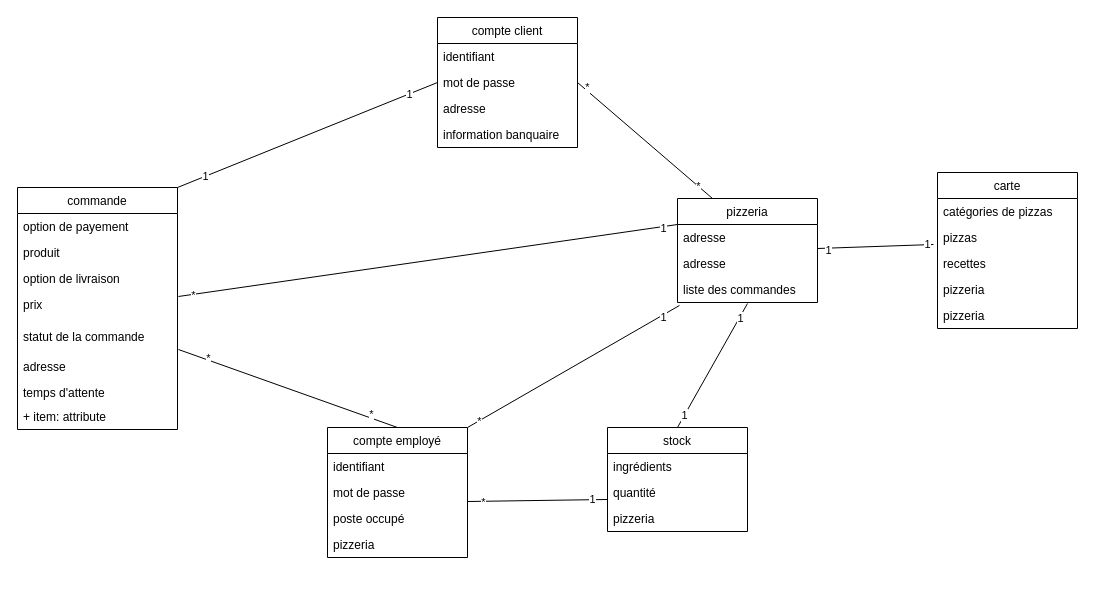
robindauteuil/Diagramme_UML keeps this draw.io diagram as page "diagramme de classe" (8 of 13) of diagrammes réunis.drawio. Above is the earlier version. Source tidied: cells renumbered, new cells numbered last; positions are measured from the earlier drawing's top-left corner, leaving out a move shared by most shapes. Both pictures are drawn from the tidied source at 100%, with x=0, y=0 at pixel (17, 17).
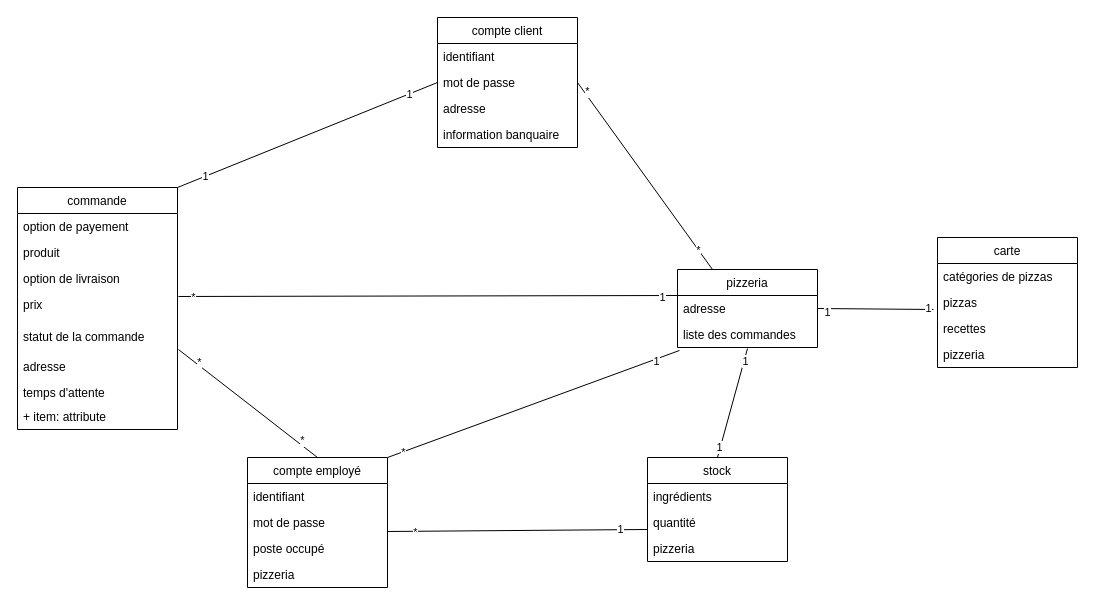
The same page after the edit.

The change refers to these unchanged cells:
```xml
<mxCell id="51" value="pizzas" style="text;strokeColor=none;fillColor=none;align=left;verticalAlign=top;spacingLeft=4;spacingRight=4;overflow=hidden;points=[[0,0.5],[1,0.5]];portConstraint=eastwest;" parent="49" vertex="1">
  <mxGeometry y="52" width="140" height="26" as="geometry" />
</mxCell>
```

Change to the diagram source:
```diff
@@
     <mxCell id="16" value="pizzeria" style="swimlane;fontStyle=0;horizontal=1;startSize=26;fillColor=none;" parent="1" vertex="1">
-      <mxGeometry x="660" y="181" width="140" height="104" as="geometry" />
+      <mxGeometry x="660" y="252" width="140" height="78" as="geometry" />
     </mxCell>
@@
-    <mxCell id="18" value="adresse" style="text;strokeColor=none;fillColor=none;align=left;verticalAlign=top;spacingLeft=4;spacingRight=4;overflow=hidden;" parent="16" vertex="1">
-      <mxGeometry y="52" width="140" height="26" as="geometry" />
-    </mxCell>
     <mxCell id="19" value="liste des commandes" style="text;strokeColor=none;fillColor=none;align=left;verticalAlign=top;spacingLeft=4;spacingRight=4;overflow=hidden;points=[[0,0.5],[1,0.5]];portConstraint=eastwest;" parent="16" vertex="1">
-      <mxGeometry y="78" width="140" height="26" as="geometry" />
+      <mxGeometry y="52" width="140" height="26" as="geometry" />
     </mxCell>
     <mxCell id="20" value="compte employé" style="swimlane;fontStyle=0;horizontal=1;startSize=26;fillColor=none;" parent="1" vertex="1">
-      <mxGeometry x="310" y="410" width="140" height="130" as="geometry" />
+      <mxGeometry x="230" y="440" width="140" height="130" as="geometry" />
     </mxCell>
@@
     <mxCell id="25" value="stock" style="swimlane;fontStyle=0;horizontal=1;startSize=26;fillColor=none;" parent="1" vertex="1">
-      <mxGeometry x="590" y="410" width="140" height="104" as="geometry" />
+      <mxGeometry x="630" y="440" width="140" height="104" as="geometry" />
     </mxCell>
@@
     <mxCell id="49" value="carte" style="swimlane;fontStyle=0;horizontal=1;startSize=26;fillColor=none;" parent="1" vertex="1">
-      <mxGeometry x="920" y="155" width="140" height="156" as="geometry" />
+      <mxGeometry x="920" y="220" width="140" height="130" as="geometry" />
     </mxCell>
@@
-    <mxCell id="54" value="pizzeria" style="text;strokeColor=none;fillColor=none;align=left;verticalAlign=top;spacingLeft=4;spacingRight=4;overflow=hidden;" parent="49" vertex="1">
-      <mxGeometry y="130" width="140" height="26" as="geometry" />
-    </mxCell>
-    <mxCell id="55" style="endArrow=none;html=1;rounded=0;entryX=-0.029;entryY=0.769;entryDx=0;entryDy=0;entryPerimeter=0;" parent="1" edge="1" target="51">
-      <mxGeometry relative="1" as="geometry">
-        <mxPoint x="800" y="231" as="sourcePoint" />
-      </mxGeometry>
+    <mxCell id="55" style="endArrow=none;html=1;rounded=0;entryX=-0.029;entryY=0.769;entryDx=0;entryDy=0;entryPerimeter=0;exitX=1;exitY=0.5;exitDx=0;exitDy=0;" parent="1" edge="1" source="16" target="51">
+      <mxGeometry relative="1" as="geometry" />
     </mxCell>
```
